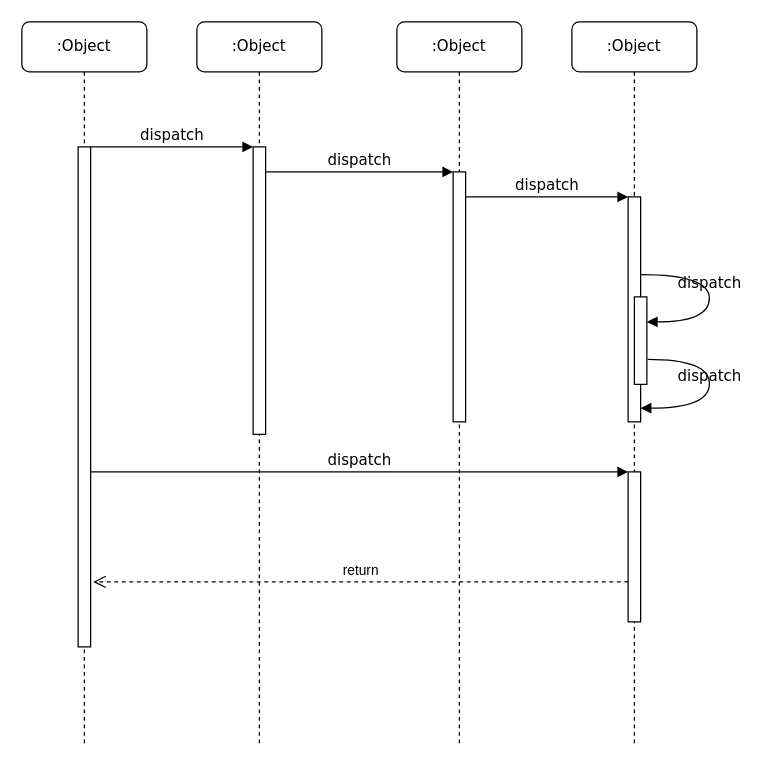
Above: IOTManage/sequense-example.drawio in waterwatermelon/graph (draw.io), before the change. Source tidied: cells renumbered, new cells numbered last; positions are measured from the earlier drawing's top-left corner, leaving out a move shared by most shapes. Both pictures are drawn from the tidied source at 125%, with x=0, y=0 at pixel (21, 21).
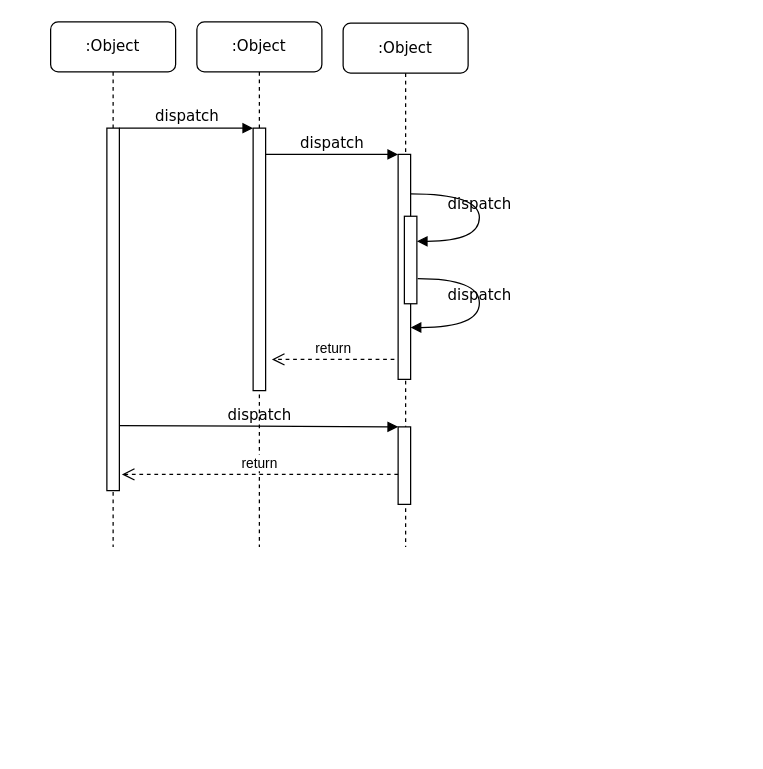
The same page after the edit.

Diff of the diagram source:
```diff
@@
     <mxCell id="2" value=":Object" style="shape=umlLifeline;perimeter=lifelinePerimeter;whiteSpace=wrap;html=1;rounded=1;shadow=0;comic=0;labelBackgroundColor=none;strokeColor=#000000;strokeWidth=1;fillColor=#FFFFFF;fontFamily=Verdana;fontSize=12;fontColor=#000000;align=center;" parent="1" vertex="1">
-      <mxGeometry x="140" width="100" height="580" as="geometry" />
+      <mxGeometry x="140" width="100" height="420" as="geometry" />
     </mxCell>
     <mxCell id="3" style="html=1;points=[];perimeter=orthogonalPerimeter;rounded=0;shadow=0;comic=0;labelBackgroundColor=none;strokeColor=#000000;strokeWidth=1;fillColor=#FFFFFF;fontFamily=Verdana;fontSize=12;fontColor=#000000;align=center;" parent="2" vertex="1">
-      <mxGeometry x="45" y="100" width="10" height="230" as="geometry" />
+      <mxGeometry x="45" y="85" width="10" height="210" as="geometry" />
     </mxCell>
     <mxCell id="4" value=":Object" style="shape=umlLifeline;perimeter=lifelinePerimeter;whiteSpace=wrap;html=1;rounded=1;shadow=0;comic=0;labelBackgroundColor=none;strokeColor=#000000;strokeWidth=1;fillColor=#FFFFFF;fontFamily=Verdana;fontSize=12;fontColor=#000000;align=center;" parent="1" vertex="1">
-      <mxGeometry x="300" width="100" height="580" as="geometry" />
+      <mxGeometry x="257" y="1" width="100" height="419" as="geometry" />
     </mxCell>
     <mxCell id="5" style="html=1;points=[];perimeter=orthogonalPerimeter;rounded=0;shadow=0;comic=0;labelBackgroundColor=none;strokeColor=#000000;strokeWidth=1;fillColor=#FFFFFF;fontFamily=Verdana;fontSize=12;fontColor=#000000;align=center;" parent="4" vertex="1">
-      <mxGeometry x="45" y="120" width="10" height="200" as="geometry" />
+      <mxGeometry x="44" y="105" width="10" height="180" as="geometry" />
     </mxCell>
-    <mxCell id="6" value=":Object" style="shape=umlLifeline;perimeter=lifelinePerimeter;whiteSpace=wrap;html=1;rounded=1;shadow=0;comic=0;labelBackgroundColor=none;strokeColor=#000000;strokeWidth=1;fillColor=#FFFFFF;fontFamily=Verdana;fontSize=12;fontColor=#000000;align=center;" parent="1" vertex="1">
-      <mxGeometry x="440" width="100" height="580" as="geometry" />
-    </mxCell>
+    <mxCell id="11" style="html=1;points=[];perimeter=orthogonalPerimeter;rounded=0;shadow=0;comic=0;labelBackgroundColor=none;strokeColor=#000000;strokeWidth=1;fillColor=#FFFFFF;fontFamily=Verdana;fontSize=12;fontColor=#000000;align=center;" parent="4" vertex="1">
+      <mxGeometry x="44" y="323" width="10" height="62" as="geometry" />
+    </mxCell>
+    <mxCell id="15" style="html=1;points=[];perimeter=orthogonalPerimeter;rounded=0;shadow=0;comic=0;labelBackgroundColor=none;strokeColor=#000000;strokeWidth=1;fillColor=#FFFFFF;fontFamily=Verdana;fontSize=12;fontColor=#000000;align=center;" parent="4" vertex="1">
+      <mxGeometry x="49" y="154.5" width="10" height="70" as="geometry" />
+    </mxCell>
+    <mxCell id="16" value="dispatch" style="html=1;verticalAlign=bottom;endArrow=block;labelBackgroundColor=none;fontFamily=Verdana;fontSize=12;elbow=vertical;edgeStyle=orthogonalEdgeStyle;curved=1;entryX=1;entryY=0.286;entryPerimeter=0;exitX=1.038;exitY=0.345;exitPerimeter=0;" parent="4" edge="1" target="15">
+      <mxGeometry relative="1" as="geometry">
+        <mxPoint x="54" y="136.5" as="sourcePoint" />
+        <Array as="points">
+          <mxPoint x="109" y="136.5" />
+          <mxPoint x="109" y="174.5" />
+        </Array>
+      </mxGeometry>
+    </mxCell>
+    <mxCell id="17" value="dispatch" style="html=1;verticalAlign=bottom;endArrow=block;labelBackgroundColor=none;fontFamily=Verdana;fontSize=12;elbow=vertical;edgeStyle=orthogonalEdgeStyle;curved=1;exitX=1.066;exitY=0.713;exitPerimeter=0;" parent="4" edge="1" source="15">
+      <mxGeometry relative="1" as="geometry">
+        <mxPoint x="54" y="243.5" as="targetPoint" />
+        <Array as="points">
+          <mxPoint x="109" y="204.5" />
+          <mxPoint x="109" y="243.5" />
+        </Array>
+      </mxGeometry>
+    </mxCell>
     <mxCell id="7" value=":Object" style="shape=umlLifeline;perimeter=lifelinePerimeter;whiteSpace=wrap;html=1;rounded=1;shadow=0;comic=0;labelBackgroundColor=none;strokeColor=#000000;strokeWidth=1;fillColor=#FFFFFF;fontFamily=Verdana;fontSize=12;fontColor=#000000;align=center;" parent="1" vertex="1">
-      <mxGeometry width="100" height="580" as="geometry" />
+      <mxGeometry x="23" width="100" height="420" as="geometry" />
     </mxCell>
     <mxCell id="8" style="html=1;points=[];perimeter=orthogonalPerimeter;rounded=0;shadow=0;comic=0;labelBackgroundColor=none;strokeColor=#000000;strokeWidth=1;fillColor=#FFFFFF;fontFamily=Verdana;fontSize=12;fontColor=#000000;align=center;" parent="7" vertex="1">
-      <mxGeometry x="45" y="100" width="10" height="400" as="geometry" />
+      <mxGeometry x="45" y="85" width="10" height="290" as="geometry" />
     </mxCell>
-    <mxCell id="9" style="html=1;points=[];perimeter=orthogonalPerimeter;rounded=0;shadow=0;comic=0;labelBackgroundColor=none;strokeColor=#000000;strokeWidth=1;fillColor=#FFFFFF;fontFamily=Verdana;fontSize=12;fontColor=#000000;align=center;" parent="1" vertex="1">
-      <mxGeometry x="485" y="140" width="10" height="180" as="geometry" />
-    </mxCell>
-    <mxCell id="10" value="dispatch" style="html=1;verticalAlign=bottom;endArrow=block;labelBackgroundColor=none;fontFamily=Verdana;fontSize=12;edgeStyle=elbowEdgeStyle;elbow=vertical;" parent="1" edge="1" source="5" target="9">
-      <mxGeometry relative="1" as="geometry">
-        <Array as="points">
-          <mxPoint x="360" y="140" />
-        </Array>
-      </mxGeometry>
-    </mxCell>
-    <mxCell id="11" style="html=1;points=[];perimeter=orthogonalPerimeter;rounded=0;shadow=0;comic=0;labelBackgroundColor=none;strokeColor=#000000;strokeWidth=1;fillColor=#FFFFFF;fontFamily=Verdana;fontSize=12;fontColor=#000000;align=center;" parent="1" vertex="1">
-      <mxGeometry x="485" y="360" width="10" height="120" as="geometry" />
-    </mxCell>
-    <mxCell id="12" value="dispatch" style="html=1;verticalAlign=bottom;endArrow=block;entryX=0;entryY=0;labelBackgroundColor=none;fontFamily=Verdana;fontSize=12;" parent="1" edge="1" source="8" target="11">
-      <mxGeometry relative="1" as="geometry" />
+    <mxCell id="12" value="dispatch" style="html=1;verticalAlign=bottom;endArrow=block;entryX=0;entryY=0;labelBackgroundColor=none;fontFamily=Verdana;fontSize=12;" parent="1" edge="1" target="11">
+      <mxGeometry relative="1" as="geometry">
+        <mxPoint x="78" y="323" as="sourcePoint" />
+      </mxGeometry>
     </mxCell>
@@
-    <mxCell id="15" style="html=1;points=[];perimeter=orthogonalPerimeter;rounded=0;shadow=0;comic=0;labelBackgroundColor=none;strokeColor=#000000;strokeWidth=1;fillColor=#FFFFFF;fontFamily=Verdana;fontSize=12;fontColor=#000000;align=center;" parent="1" vertex="1">
-      <mxGeometry x="490" y="220" width="10" height="70" as="geometry" />
-    </mxCell>
-    <mxCell id="16" value="dispatch" style="html=1;verticalAlign=bottom;endArrow=block;labelBackgroundColor=none;fontFamily=Verdana;fontSize=12;elbow=vertical;edgeStyle=orthogonalEdgeStyle;curved=1;entryX=1;entryY=0.286;entryPerimeter=0;exitX=1.038;exitY=0.345;exitPerimeter=0;" parent="1" edge="1" source="9" target="15">
-      <mxGeometry relative="1" as="geometry">
-        <Array as="points">
-          <mxPoint x="550" y="202" />
-          <mxPoint x="550" y="240" />
-        </Array>
-      </mxGeometry>
-    </mxCell>
-    <mxCell id="17" value="dispatch" style="html=1;verticalAlign=bottom;endArrow=block;labelBackgroundColor=none;fontFamily=Verdana;fontSize=12;elbow=vertical;edgeStyle=orthogonalEdgeStyle;curved=1;exitX=1.066;exitY=0.713;exitPerimeter=0;" parent="1" edge="1" source="15">
-      <mxGeometry relative="1" as="geometry">
-        <mxPoint x="495" y="309" as="targetPoint" />
-        <Array as="points">
-          <mxPoint x="550" y="270" />
-          <mxPoint x="550" y="309" />
-        </Array>
-      </mxGeometry>
-    </mxCell>
     <mxCell id="18" value="return" style="html=1;verticalAlign=bottom;endArrow=open;dashed=1;endSize=8;" parent="1" edge="1">
       <mxGeometry relative="1" as="geometry">
-        <mxPoint x="485" y="448" as="sourcePoint" />
-        <mxPoint x="57" y="448" as="targetPoint" />
+        <mxPoint x="301" y="362" as="sourcePoint" />
+        <mxPoint x="80" y="362" as="targetPoint" />
       </mxGeometry>
     </mxCell>
+    <mxCell id="19" value="return" style="html=1;verticalAlign=bottom;endArrow=open;dashed=1;endSize=8;exitX=-0.3;exitY=0.89;exitDx=0;exitDy=0;exitPerimeter=0;" parent="1" edge="1">
+      <mxGeometry relative="1" as="geometry">
+        <mxPoint x="298" y="270" as="sourcePoint" />
+        <mxPoint x="200" y="270" as="targetPoint" />
+      </mxGeometry>
+    </mxCell>
```
